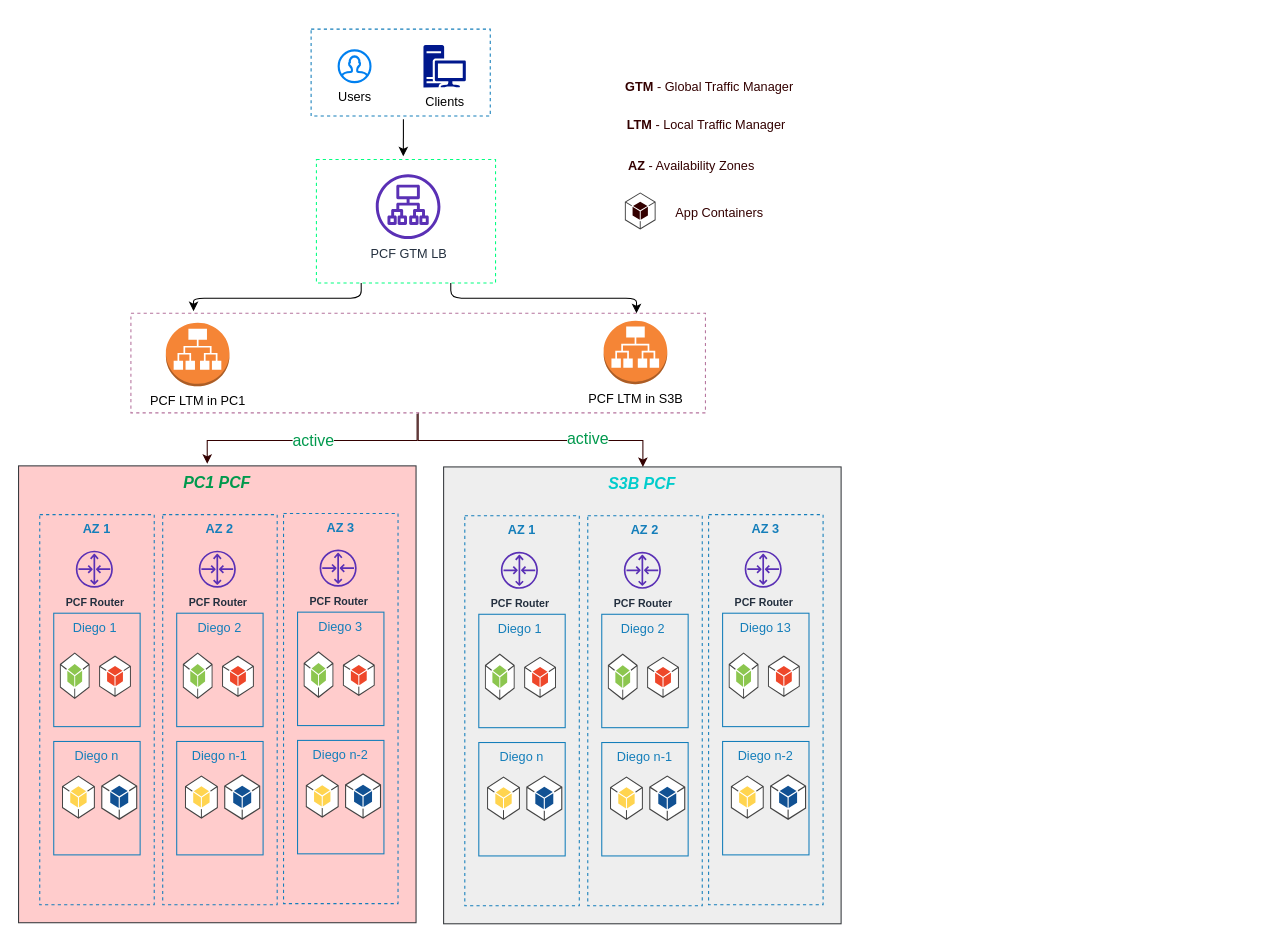
Before: PCF-HLA-3DC-General.drawio in rama78/app-config, a draw.io diagram. Source tidied: cells renumbered, new cells numbered last; positions are measured from the earlier drawing's top-left corner, leaving out a move shared by most shapes. Both pictures are drawn from the tidied source at 106%, with x=0, y=0 at pixel (18, 29).
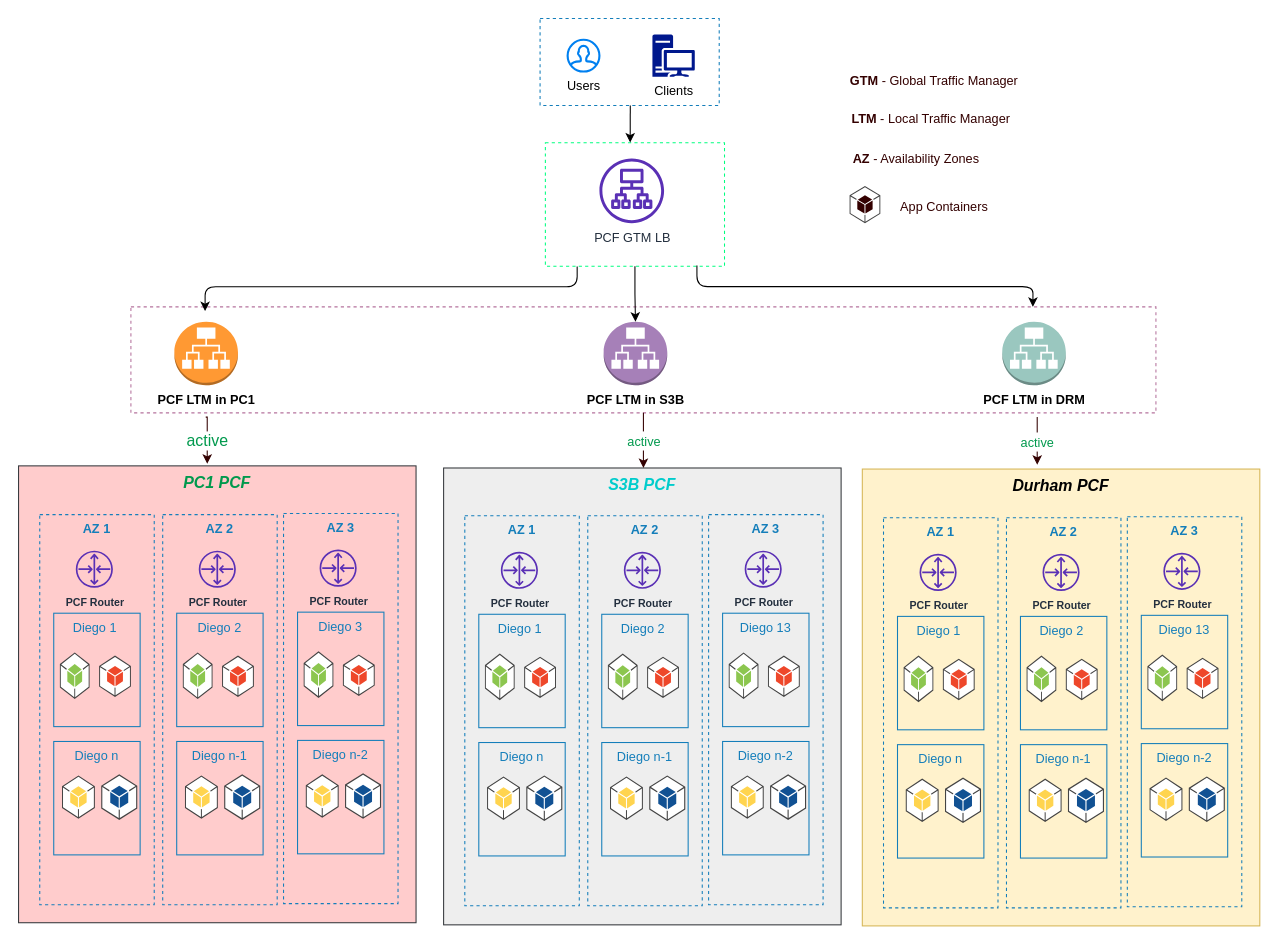
Above is the later version.

What changed in the source:
```diff
@@
+    <mxCell id="67" style="fillColor=none;dashed=1;verticalAlign=top;fontStyle=0;fontColor=#147EBA;strokeColor=#B5739D;" parent="1" vertex="1">
+      <mxGeometry x="106" y="262" width="967" height="100" as="geometry" />
+    </mxCell>
     <mxCell id="2" value="Users" style="html=1;verticalLabelPosition=bottom;align=center;labelBackgroundColor=#ffffff;verticalAlign=top;strokeWidth=2;strokeColor=#0080F0;shadow=0;dashed=0;shape=mxgraph.ios7.icons.user;" parent="1" vertex="1">
-      <mxGeometry x="302" y="20" width="30" height="30" as="geometry" />
+      <mxGeometry x="518" y="10" width="30" height="30" as="geometry" />
     </mxCell>
     <mxCell id="3" value="Clients" style="shadow=0;dashed=0;html=1;strokeColor=none;labelPosition=center;verticalLabelPosition=bottom;verticalAlign=top;align=center;fillColor=#00188D;shape=mxgraph.mscae.enterprise.workstation_client;" parent="1" vertex="1">
-      <mxGeometry x="382" y="15" width="40" height="40" as="geometry" />
+      <mxGeometry x="598" y="5" width="40" height="40" as="geometry" />
     </mxCell>
     <mxCell id="4" value="PCF GTM LB" style="fontColor=#232F3E;gradientColor=none;fillColor=#5A30B5;strokeColor=none;dashed=0;verticalLabelPosition=bottom;verticalAlign=top;align=center;html=1;fontSize=12;fontStyle=0;shape=mxgraph.aws4.application_load_balancer;" parent="1" vertex="1">
-      <mxGeometry x="337" y="137" width="61" height="61" as="geometry" />
+      <mxGeometry x="548" y="122" width="61" height="61" as="geometry" />
     </mxCell>
-    <mxCell id="5" value="PCF LTM in S3B" style="outlineConnect=0;dashed=0;verticalLabelPosition=bottom;verticalAlign=top;align=center;html=1;shape=mxgraph.aws3.application_load_balancer;fillColor=#F58536;gradientColor=none;" parent="1" vertex="1">
-      <mxGeometry x="552" y="275" width="60" height="60" as="geometry" />
+    <mxCell id="5" value="&lt;b&gt;PCF LTM in S3B&lt;/b&gt;" style="outlineConnect=0;dashed=0;verticalLabelPosition=bottom;verticalAlign=top;align=center;html=1;shape=mxgraph.aws3.application_load_balancer;gradientColor=none;fillColor=#A680B8;" parent="1" vertex="1">
+      <mxGeometry x="552" y="276" width="60" height="60" as="geometry" />
     </mxCell>
-    <mxCell id="6" value="PCF LTM in PC1" style="dashed=0;verticalLabelPosition=bottom;verticalAlign=top;align=center;html=1;shape=mxgraph.aws3.application_load_balancer;fillColor=#F58536;gradientColor=none;" parent="1" vertex="1">
-      <mxGeometry x="139" y="277" width="60" height="60" as="geometry" />
+    <mxCell id="6" value="&lt;b&gt;PCF LTM in DRM&lt;/b&gt;" style="dashed=0;verticalLabelPosition=bottom;verticalAlign=top;align=center;html=1;shape=mxgraph.aws3.application_load_balancer;gradientColor=none;fillColor=#9AC7BF;" parent="1" vertex="1">
+      <mxGeometry x="928" y="276" width="60" height="60" as="geometry" />
     </mxCell>
@@
     <mxCell id="35" value="S3B PCF" style="verticalAlign=top;fontStyle=3;fontSize=15;fillColor=#eeeeee;strokeColor=#36393d;fontColor=#00CCCC;" parent="1" vertex="1">
-      <mxGeometry x="401" y="413" width="375" height="431" as="geometry" />
+      <mxGeometry x="401" y="414" width="375" height="431" as="geometry" />
     </mxCell>
@@
     <mxCell id="63" style="fillColor=none;strokeColor=#147EBA;dashed=1;verticalAlign=top;fontStyle=0;fontColor=#147EBA;" parent="1" vertex="1">
-      <mxGeometry x="276" width="169" height="82" as="geometry" />
+      <mxGeometry x="492" y="-10" width="169" height="82" as="geometry" />
     </mxCell>
+    <mxCell id="77" style="edgeStyle=orthogonalEdgeStyle;rounded=0;jettySize=auto;html=1;" parent="1" edge="1" source="64" target="5">
+      <mxGeometry relative="1" as="geometry" />
+    </mxCell>
     <mxCell id="64" style="fillColor=none;dashed=1;verticalAlign=top;fontStyle=0;fontColor=#147EBA;strokeColor=#00FF80;" parent="1" vertex="1">
-      <mxGeometry x="281" y="123" width="169" height="116.5" as="geometry" />
+      <mxGeometry x="497" y="107.2" width="169" height="116.5" as="geometry" />
     </mxCell>
-    <mxCell id="65" style="edgeStyle=orthogonalEdgeStyle;rounded=0;jettySize=auto;html=1;strokeColor=#330000;fontSize=15;fontColor=#00994D;" parent="1" edge="1" source="67" target="35">
+    <mxCell id="65" value="&lt;font style=&quot;font-size: 12px&quot;&gt;active&lt;/font&gt;" style="edgeStyle=orthogonalEdgeStyle;rounded=0;jettySize=auto;html=1;strokeColor=#330000;fontSize=15;fontColor=#00994D;exitX=0.5;exitY=1;exitDx=0;exitDy=0;" parent="1" edge="1" source="67" target="35">
       <mxGeometry relative="1" as="geometry">
         <Array as="points">
-          <mxPoint x="377" y="388" />
-          <mxPoint x="589" y="388" />
+          <mxPoint x="589" y="378" />
+          <mxPoint x="589" y="378" />
         </Array>
       </mxGeometry>
     </mxCell>
-    <mxCell id="66" value="active" style="edgeLabel;html=1;align=center;verticalAlign=middle;fontSize=15;fontColor=#00994D;" parent="65" vertex="1">
-      <mxGeometry x="0.41" y="3" relative="1" as="geometry" />
-    </mxCell>
-    <mxCell id="67" style="fillColor=none;dashed=1;verticalAlign=top;fontStyle=0;fontColor=#147EBA;strokeColor=#B5739D;" parent="1" vertex="1">
-      <mxGeometry x="106" y="268" width="542" height="94" as="geometry" />
-    </mxCell>
     <mxCell id="68" style="endArrow=classic;html=1;fontSize=15;fontColor=#00994D;exitX=0.456;exitY=1.037;exitDx=0;exitDy=0;exitPerimeter=0;" parent="1" edge="1">
       <mxGeometry relative="1" as="geometry">
-        <mxPoint x="363.1" y="85" as="sourcePoint" />
-        <mxPoint x="363" y="120" as="targetPoint" />
+        <mxPoint x="577.1" y="72" as="sourcePoint" />
+        <mxPoint x="577" y="107" as="targetPoint" />
       </mxGeometry>
     </mxCell>
-    <mxCell id="69" style="endArrow=classic;html=1;fontSize=15;fontColor=#00994D;exitX=0.25;exitY=1;exitDx=0;exitDy=0;entryX=0.109;entryY=-0.021;entryDx=0;entryDy=0;entryPerimeter=0;edgeStyle=orthogonalEdgeStyle;" parent="1" edge="1" source="64" target="67">
-      <mxGeometry relative="1" as="geometry" />
+    <mxCell id="69" style="endArrow=classic;html=1;fontSize=15;fontColor=#00994D;edgeStyle=orthogonalEdgeStyle;" parent="1" edge="1">
+      <mxGeometry relative="1" as="geometry">
+        <mxPoint x="527" y="224" as="sourcePoint" />
+        <mxPoint x="176" y="266" as="targetPoint" />
+        <Array as="points">
+          <mxPoint x="527" y="243" />
+          <mxPoint x="176" y="243" />
+        </Array>
+      </mxGeometry>
     </mxCell>
-    <mxCell id="70" style="endArrow=classic;html=1;fontSize=15;fontColor=#00994D;exitX=0.75;exitY=1;exitDx=0;exitDy=0;entryX=0.88;entryY=0;entryDx=0;entryDy=0;entryPerimeter=0;edgeStyle=orthogonalEdgeStyle;" parent="1" edge="1" source="64" target="67">
+    <mxCell id="70" style="endArrow=classic;html=1;fontSize=15;fontColor=#00994D;exitX=0.846;exitY=0.994;exitDx=0;exitDy=0;entryX=0.88;entryY=0;entryDx=0;entryDy=0;entryPerimeter=0;edgeStyle=orthogonalEdgeStyle;exitPerimeter=0;" parent="1" edge="1" source="64" target="67">
       <mxGeometry relative="1" as="geometry" />
     </mxCell>
-    <mxCell id="71" value="active" style="edgeStyle=orthogonalEdgeStyle;rounded=0;orthogonalLoop=1;jettySize=auto;html=1;strokeColor=#330000;fontSize=15;fontColor=#00994D;" parent="1" edge="1">
+    <mxCell id="71" value="active" style="edgeStyle=orthogonalEdgeStyle;rounded=0;jettySize=auto;html=1;strokeColor=#330000;fontSize=15;fontColor=#00994D;exitX=0.073;exitY=1.04;exitDx=0;exitDy=0;exitPerimeter=0;" parent="1" edge="1" source="67">
       <mxGeometry relative="1" as="geometry">
-        <mxPoint x="376" y="363" as="sourcePoint" />
         <mxPoint x="178" y="410" as="targetPoint" />
         <Array as="points">
-          <mxPoint x="376" y="388" />
-          <mxPoint x="178" y="388" />
+          <mxPoint x="178" y="366" />
         </Array>
       </mxGeometry>
     </mxCell>
     <mxCell id="72" value="&lt;font style=&quot;font-size: 12px&quot; color=&quot;#330000&quot;&gt;&lt;b&gt;GTM &lt;/b&gt;- Global Traffic&amp;nbsp;&lt;/font&gt;&lt;font color=&quot;#330000&quot;&gt;&lt;span style=&quot;font-size: 12px&quot;&gt;Manager&lt;/span&gt;&lt;/font&gt;" style="text;html=1;strokeColor=none;fillColor=none;align=center;verticalAlign=middle;whiteSpace=wrap;rounded=0;fontSize=15;fontColor=#00994D;" parent="1" vertex="1">
-      <mxGeometry x="540" y="43" width="224" height="20" as="geometry" />
+      <mxGeometry x="752" y="37" width="224" height="20" as="geometry" />
     </mxCell>
     <mxCell id="73" value="&lt;font style=&quot;font-size: 12px&quot; color=&quot;#330000&quot;&gt;&lt;b&gt;LTM &lt;/b&gt;- Local Traffic&amp;nbsp;&lt;/font&gt;&lt;font color=&quot;#330000&quot;&gt;&lt;span style=&quot;font-size: 12px&quot;&gt;Manager&lt;/span&gt;&lt;/font&gt;" style="text;html=1;strokeColor=none;fillColor=none;align=center;verticalAlign=middle;whiteSpace=wrap;rounded=0;fontSize=15;fontColor=#00994D;" parent="1" vertex="1">
-      <mxGeometry x="537" y="79" width="224" height="20" as="geometry" />
+      <mxGeometry x="749" y="73" width="224" height="20" as="geometry" />
     </mxCell>
     <mxCell id="74" value="&lt;font style=&quot;font-size: 12px&quot; color=&quot;#330000&quot;&gt;&lt;b&gt;AZ&amp;nbsp;&lt;/b&gt;- Availability Zones&lt;/font&gt;" style="text;html=1;strokeColor=none;fillColor=none;align=center;verticalAlign=middle;whiteSpace=wrap;rounded=0;fontSize=15;fontColor=#00994D;" parent="1" vertex="1">
-      <mxGeometry x="558" y="117" width="154" height="20" as="geometry" />
+      <mxGeometry x="770" y="111" width="154" height="20" as="geometry" />
     </mxCell>
     <mxCell id="75" style="dashed=0;verticalLabelPosition=bottom;verticalAlign=top;align=center;html=1;shape=mxgraph.aws3.android;gradientColor=none;strokeColor=#B5739D;fontSize=15;fontColor=#00994D;fillColor=#330000;" parent="1" vertex="1">
-      <mxGeometry x="572" y="154" width="29" height="35" as="geometry" />
+      <mxGeometry x="784" y="148" width="29" height="35" as="geometry" />
     </mxCell>
     <mxCell id="76" value="&lt;font color=&quot;#330000&quot;&gt;&lt;span style=&quot;font-size: 12px&quot;&gt;App Containers&lt;/span&gt;&lt;/font&gt;" style="text;html=1;strokeColor=none;fillColor=none;align=center;verticalAlign=middle;whiteSpace=wrap;rounded=0;fontSize=15;fontColor=#00994D;" parent="1" vertex="1">
-      <mxGeometry x="603" y="161.5" width="117" height="20" as="geometry" />
+      <mxGeometry x="815" y="155.5" width="117" height="20" as="geometry" />
     </mxCell>
+    <mxCell id="78" value="Durham PCF" style="verticalAlign=top;fontStyle=3;fontSize=15;fillColor=#fff2cc;strokeColor=#d6b656;" parent="1" vertex="1">
+      <mxGeometry x="796" y="415" width="375" height="431" as="geometry" />
+    </mxCell>
+    <mxCell id="79" style="group;" parent="1" vertex="1">
+      <mxGeometry x="816" y="461" width="108" height="368" as="geometry" />
+    </mxCell>
+    <mxCell id="80" value="AZ 1" style="fillColor=none;strokeColor=#147EBA;dashed=1;verticalAlign=top;fontStyle=1;fontColor=#147EBA;" parent="79" vertex="1">
+      <mxGeometry width="108" height="368" as="geometry" />
+    </mxCell>
+    <mxCell id="81" value="Diego 1 " style="fillColor=none;strokeColor=#147EBA;verticalAlign=top;fontStyle=0;fontColor=#147EBA;" parent="79" vertex="1">
+      <mxGeometry x="13.2" y="93" width="81.5" height="107" as="geometry" />
+    </mxCell>
+    <mxCell id="82" value="Diego n" style="fillColor=none;strokeColor=#147EBA;verticalAlign=top;fontStyle=0;fontColor=#147EBA;" parent="79" vertex="1">
+      <mxGeometry x="13.2" y="214" width="81.5" height="107" as="geometry" />
+    </mxCell>
+    <mxCell id="83" style="dashed=0;verticalLabelPosition=bottom;verticalAlign=top;align=center;html=1;shape=mxgraph.aws3.android;fillColor=#8CC64F;gradientColor=none;strokeColor=#330000;fontColor=#00994D;" parent="79" vertex="1">
+      <mxGeometry x="19" y="130" width="28" height="44" as="geometry" />
+    </mxCell>
+    <mxCell id="84" style="dashed=0;verticalLabelPosition=bottom;verticalAlign=top;align=center;html=1;shape=mxgraph.aws3.android;fillColor=#EE472A;gradientColor=none;strokeColor=#330000;fontColor=#00994D;" parent="79" vertex="1">
+      <mxGeometry x="56" y="133" width="30" height="39" as="geometry" />
+    </mxCell>
+    <mxCell id="85" style="dashed=0;verticalLabelPosition=bottom;verticalAlign=top;align=center;html=1;shape=mxgraph.aws3.android;fillColor=#FFD44F;gradientColor=none;strokeColor=#330000;fontColor=#00994D;" parent="79" vertex="1">
+      <mxGeometry x="21" y="246" width="31" height="41" as="geometry" />
+    </mxCell>
+    <mxCell id="86" style="dashed=0;verticalLabelPosition=bottom;verticalAlign=top;align=center;html=1;shape=mxgraph.aws3.android;fillColor=#115193;gradientColor=none;strokeColor=#330000;fontColor=#00994D;" parent="79" vertex="1">
+      <mxGeometry x="58" y="245" width="34" height="43" as="geometry" />
+    </mxCell>
+    <mxCell id="87" value="&lt;font style=&quot;font-size: 10px&quot;&gt;&lt;b&gt;PCF Router&lt;/b&gt;&lt;/font&gt;" style="fontColor=#232F3E;gradientColor=none;fillColor=#5A30B5;strokeColor=none;dashed=0;verticalLabelPosition=bottom;verticalAlign=top;align=center;html=1;fontSize=12;fontStyle=0;shape=mxgraph.aws4.router;" parent="79" vertex="1">
+      <mxGeometry x="34" y="34" width="35" height="35" as="geometry" />
+    </mxCell>
+    <mxCell id="88" style="group;" parent="1" vertex="1">
+      <mxGeometry x="932" y="461" width="108" height="368" as="geometry" />
+    </mxCell>
+    <mxCell id="89" value="AZ 2" style="fillColor=none;strokeColor=#147EBA;dashed=1;verticalAlign=top;fontStyle=1;fontColor=#147EBA;" parent="88" vertex="1">
+      <mxGeometry width="108" height="368" as="geometry" />
+    </mxCell>
+    <mxCell id="90" value="Diego 2 " style="fillColor=none;strokeColor=#147EBA;verticalAlign=top;fontStyle=0;fontColor=#147EBA;" parent="88" vertex="1">
+      <mxGeometry x="13.2" y="93" width="81.5" height="107" as="geometry" />
+    </mxCell>
+    <mxCell id="91" value="Diego n-1" style="fillColor=none;strokeColor=#147EBA;verticalAlign=top;fontStyle=0;fontColor=#147EBA;" parent="88" vertex="1">
+      <mxGeometry x="13.2" y="214" width="81.5" height="107" as="geometry" />
+    </mxCell>
+    <mxCell id="92" style="dashed=0;verticalLabelPosition=bottom;verticalAlign=top;align=center;html=1;shape=mxgraph.aws3.android;fillColor=#8CC64F;gradientColor=none;strokeColor=#330000;fontColor=#00994D;" parent="88" vertex="1">
+      <mxGeometry x="19" y="130" width="28" height="44" as="geometry" />
+    </mxCell>
+    <mxCell id="93" style="dashed=0;verticalLabelPosition=bottom;verticalAlign=top;align=center;html=1;shape=mxgraph.aws3.android;fillColor=#EE472A;gradientColor=none;strokeColor=#330000;fontColor=#00994D;" parent="88" vertex="1">
+      <mxGeometry x="56" y="133" width="30" height="39" as="geometry" />
+    </mxCell>
+    <mxCell id="94" style="dashed=0;verticalLabelPosition=bottom;verticalAlign=top;align=center;html=1;shape=mxgraph.aws3.android;fillColor=#FFD44F;gradientColor=none;strokeColor=#330000;fontColor=#00994D;" parent="88" vertex="1">
+      <mxGeometry x="21" y="246" width="31" height="41" as="geometry" />
+    </mxCell>
+    <mxCell id="95" style="dashed=0;verticalLabelPosition=bottom;verticalAlign=top;align=center;html=1;shape=mxgraph.aws3.android;fillColor=#115193;gradientColor=none;strokeColor=#330000;fontColor=#00994D;" parent="88" vertex="1">
+      <mxGeometry x="58" y="245" width="34" height="43" as="geometry" />
+    </mxCell>
+    <mxCell id="96" value="&lt;font style=&quot;font-size: 10px&quot;&gt;&lt;b&gt;PCF Router&lt;/b&gt;&lt;/font&gt;" style="fontColor=#232F3E;gradientColor=none;fillColor=#5A30B5;strokeColor=none;dashed=0;verticalLabelPosition=bottom;verticalAlign=top;align=center;html=1;fontSize=12;fontStyle=0;shape=mxgraph.aws4.router;" parent="88" vertex="1">
+      <mxGeometry x="34" y="34" width="35" height="35" as="geometry" />
+    </mxCell>
+    <mxCell id="97" style="group;" parent="1" vertex="1">
+      <mxGeometry x="1046" y="460" width="108" height="368" as="geometry" />
+    </mxCell>
+    <mxCell id="98" value="AZ 3" style="fillColor=none;strokeColor=#147EBA;dashed=1;verticalAlign=top;fontStyle=1;fontColor=#147EBA;" parent="97" vertex="1">
+      <mxGeometry width="108" height="368" as="geometry" />
+    </mxCell>
+    <mxCell id="99" value="Diego 13" style="fillColor=none;strokeColor=#147EBA;verticalAlign=top;fontStyle=0;fontColor=#147EBA;" parent="97" vertex="1">
+      <mxGeometry x="13.2" y="93" width="81.5" height="107" as="geometry" />
+    </mxCell>
+    <mxCell id="100" value="Diego n-2" style="fillColor=none;strokeColor=#147EBA;verticalAlign=top;fontStyle=0;fontColor=#147EBA;" parent="97" vertex="1">
+      <mxGeometry x="13.2" y="214" width="81.5" height="107" as="geometry" />
+    </mxCell>
+    <mxCell id="101" style="dashed=0;verticalLabelPosition=bottom;verticalAlign=top;align=center;html=1;shape=mxgraph.aws3.android;fillColor=#8CC64F;gradientColor=none;strokeColor=#330000;fontColor=#00994D;" parent="97" vertex="1">
+      <mxGeometry x="19" y="130" width="28" height="44" as="geometry" />
+    </mxCell>
+    <mxCell id="102" style="dashed=0;verticalLabelPosition=bottom;verticalAlign=top;align=center;html=1;shape=mxgraph.aws3.android;fillColor=#EE472A;gradientColor=none;strokeColor=#330000;fontColor=#00994D;" parent="97" vertex="1">
+      <mxGeometry x="56" y="133" width="30" height="39" as="geometry" />
+    </mxCell>
+    <mxCell id="103" style="dashed=0;verticalLabelPosition=bottom;verticalAlign=top;align=center;html=1;shape=mxgraph.aws3.android;fillColor=#FFD44F;gradientColor=none;strokeColor=#330000;fontColor=#00994D;" parent="97" vertex="1">
+      <mxGeometry x="21" y="246" width="31" height="41" as="geometry" />
+    </mxCell>
+    <mxCell id="104" style="dashed=0;verticalLabelPosition=bottom;verticalAlign=top;align=center;html=1;shape=mxgraph.aws3.android;fillColor=#115193;gradientColor=none;strokeColor=#330000;fontColor=#00994D;" parent="97" vertex="1">
+      <mxGeometry x="58" y="245" width="34" height="43" as="geometry" />
+    </mxCell>
+    <mxCell id="105" value="&lt;font style=&quot;font-size: 10px&quot;&gt;&lt;b&gt;PCF Router&lt;/b&gt;&lt;/font&gt;" style="fontColor=#232F3E;gradientColor=none;fillColor=#5A30B5;strokeColor=none;dashed=0;verticalLabelPosition=bottom;verticalAlign=top;align=center;html=1;fontSize=12;fontStyle=0;shape=mxgraph.aws4.router;" parent="97" vertex="1">
+      <mxGeometry x="34" y="34" width="35" height="35" as="geometry" />
+    </mxCell>
+    <mxCell id="106" value="&lt;b&gt;PCF LTM in PC1&lt;/b&gt;" style="dashed=0;verticalLabelPosition=bottom;verticalAlign=top;align=center;html=1;shape=mxgraph.aws3.application_load_balancer;gradientColor=none;fillColor=#FF9933;" parent="1" vertex="1">
+      <mxGeometry x="147" y="276" width="60" height="60" as="geometry" />
+    </mxCell>
+    <mxCell id="66" value="&lt;font style=&quot;font-size: 12px&quot;&gt;active&lt;/font&gt;" style="edgeStyle=orthogonalEdgeStyle;rounded=0;jettySize=auto;html=1;strokeColor=#330000;fontSize=15;fontColor=#00994D;exitX=0.884;exitY=1.04;exitDx=0;exitDy=0;exitPerimeter=0;" parent="1" edge="1" source="67">
+      <mxGeometry relative="1" as="geometry">
+        <mxPoint x="961" y="411" as="targetPoint" />
+        <Array as="points">
+          <mxPoint x="961" y="411" />
+        </Array>
+      </mxGeometry>
+    </mxCell>
```
